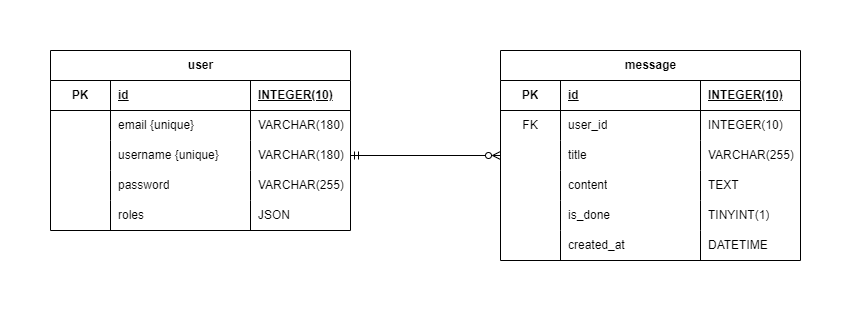
The draw.io diagram uml/Data_Model.drawio.png in damien-jandard/enhance-an-existing-todo-and-co-application, before a commit. Source tidied: cells renumbered, new cells last; positions are measured from the earlier drawing's top-left corner, leaving out a move shared by most shapes.
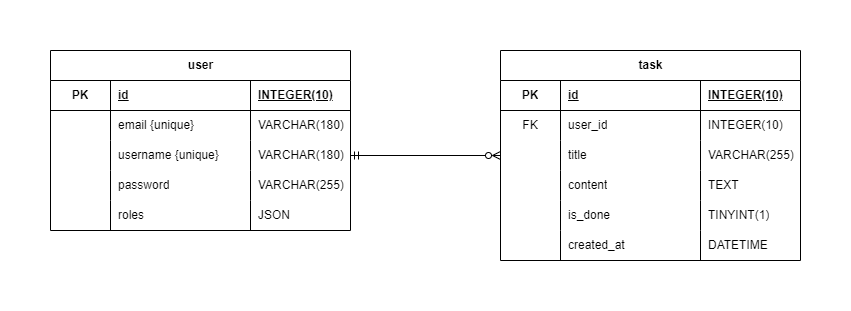
The same file after the commit.

Commit message:
docs: Data model correction

Diff of the diagram source:
```diff
@@ -65,7 +65,7 @@
     <mxCell id="22" value="JSON" style="shape=partialRectangle;fillColor=none;top=0;left=0;bottom=0;right=0;align=left;spacingLeft=6;overflow=hidden;whiteSpace=wrap;html=1;" parent="19" vertex="1">
       <mxGeometry x="200" width="100" height="30" as="geometry" />
     </mxCell>
-    <mxCell id="23" value="message" style="shape=table;startSize=30;rowLines=0;fontStyle=1;align=center;html=1;" parent="1" vertex="1">
+    <mxCell id="23" value="task" style="shape=table;startSize=30;rowLines=0;fontStyle=1;align=center;html=1;" parent="1" vertex="1">
       <mxGeometry x="450" width="300" height="210" as="geometry" />
     </mxCell>
     <mxCell id="24" style="shape=tableRow;horizontal=0;startSize=0;swimlaneHead=0;swimlaneBody=0;fillColor=none;top=0;left=0;right=0;bottom=1;" parent="23" vertex="1">
```
